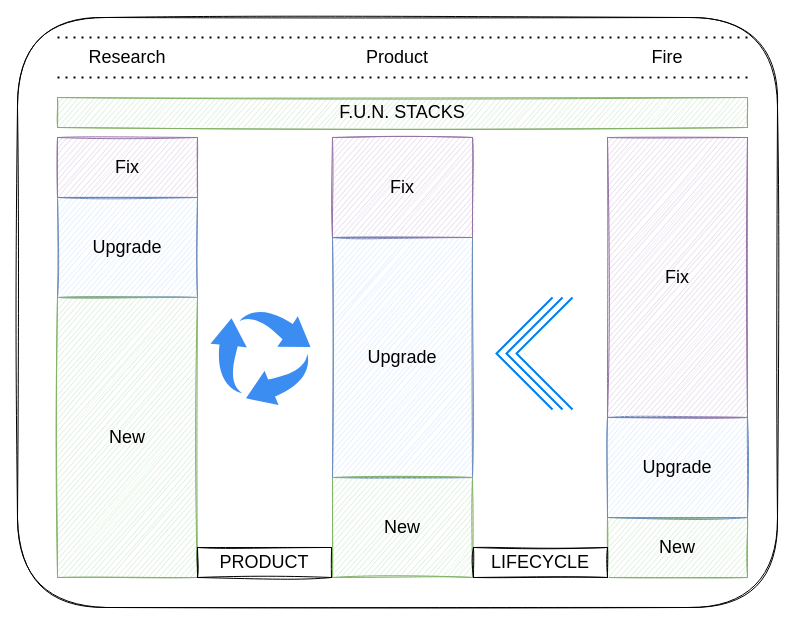
Above: page "cta" (2 of 5) of images/racexp.drawio in nirv-ai/racexp (draw.io), before the change. Source tidied: cells renumbered, new cells numbered last; positions are measured from the earlier drawing's top-left corner, leaving out a move shared by most shapes. Both pictures are drawn from the tidied source at 100%, with x=0, y=0 at pixel (17, 17).
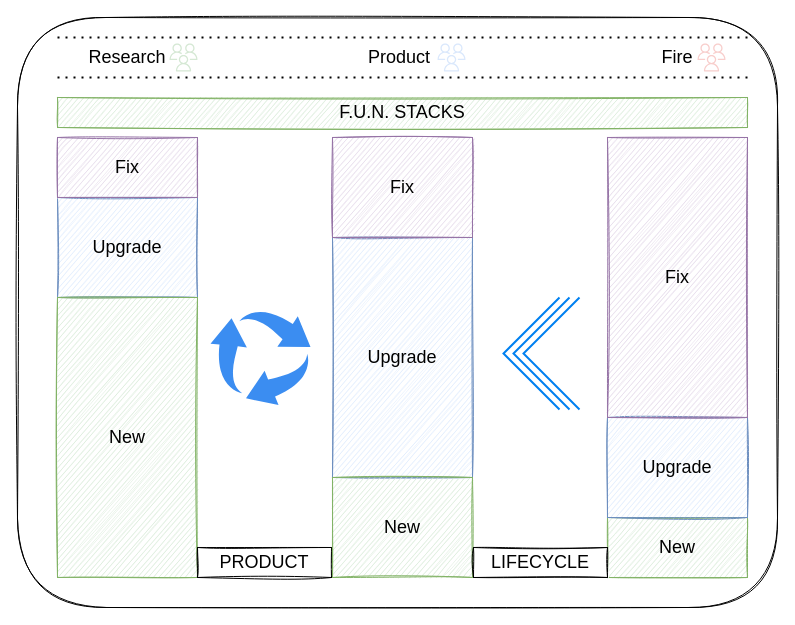
The same diagram, later.

What changed in the source:
```diff
@@
-    <mxCell id="13" value="Research" style="text;html=1;strokeColor=none;fillColor=none;align=center;verticalAlign=middle;whiteSpace=wrap;rounded=0;sketch=1;fontSize=18;" parent="1" vertex="1">
-      <mxGeometry x="65" y="30" width="90" height="20" as="geometry" />
-    </mxCell>
-    <mxCell id="14" value="Product" style="text;html=1;strokeColor=none;fillColor=none;align=center;verticalAlign=middle;whiteSpace=wrap;rounded=0;sketch=1;fontSize=18;" parent="1" vertex="1">
-      <mxGeometry x="335" y="30" width="90" height="20" as="geometry" />
-    </mxCell>
-    <mxCell id="15" value="Fire" style="text;html=1;strokeColor=none;fillColor=none;align=center;verticalAlign=middle;whiteSpace=wrap;rounded=0;sketch=1;fontSize=18;" parent="1" vertex="1">
-      <mxGeometry x="605" y="30" width="90" height="20" as="geometry" />
-    </mxCell>
@@
     <mxCell id="17" style="group;" parent="1" vertex="1">
-      <mxGeometry x="479" y="280" width="76" height="112" as="geometry" />
+      <mxGeometry x="486" y="280" width="76" height="112" as="geometry" />
     </mxCell>
@@
+    <mxCell id="25" style="group;" parent="1" vertex="1">
+      <mxGeometry x="40" y="26" width="140" height="28" as="geometry" />
+    </mxCell>
+    <mxCell id="13" value="Research" style="text;html=1;strokeColor=none;fillColor=none;align=center;verticalAlign=middle;whiteSpace=wrap;rounded=0;sketch=1;fontSize=18;" parent="25" vertex="1">
+      <mxGeometry y="4" width="140" height="20" as="geometry" />
+    </mxCell>
+    <mxCell id="26" style="fillColor=#d5e8d4;strokeColor=#82b366;dashed=0;verticalLabelPosition=bottom;verticalAlign=top;align=center;html=1;fontSize=12;fontStyle=0;shape=mxgraph.aws4.users;" parent="25" vertex="1">
+      <mxGeometry x="112" width="28" height="28" as="geometry" />
+    </mxCell>
+    <mxCell id="27" style="group;" parent="1" vertex="1">
+      <mxGeometry x="312" y="26" width="140" height="28" as="geometry" />
+    </mxCell>
+    <mxCell id="14" value="Product" style="text;html=1;strokeColor=none;fillColor=none;align=center;verticalAlign=middle;whiteSpace=wrap;rounded=0;sketch=1;fontSize=18;" parent="27" vertex="1">
+      <mxGeometry y="4" width="140" height="20" as="geometry" />
+    </mxCell>
+    <mxCell id="28" style="sketch=0;fillColor=#dae8fc;strokeColor=#6c8ebf;dashed=0;verticalLabelPosition=bottom;verticalAlign=top;align=center;html=1;fontSize=12;fontStyle=0;shape=mxgraph.aws4.users;" parent="27" vertex="1">
+      <mxGeometry x="108" width="28" height="28" as="geometry" />
+    </mxCell>
+    <mxCell id="29" style="group;" parent="1" vertex="1">
+      <mxGeometry x="590" y="26" width="140" height="28" as="geometry" />
+    </mxCell>
+    <mxCell id="15" value="Fire" style="text;html=1;strokeColor=none;fillColor=none;align=center;verticalAlign=middle;whiteSpace=wrap;rounded=0;sketch=1;fontSize=18;" parent="29" vertex="1">
+      <mxGeometry y="4" width="140" height="20" as="geometry" />
+    </mxCell>
+    <mxCell id="30" style="sketch=0;fillColor=#f8cecc;strokeColor=#b85450;dashed=0;verticalLabelPosition=bottom;verticalAlign=top;align=center;html=1;fontSize=12;fontStyle=0;shape=mxgraph.aws4.users;" parent="29" vertex="1">
+      <mxGeometry x="90" width="28" height="28" as="geometry" />
+    </mxCell>
```
